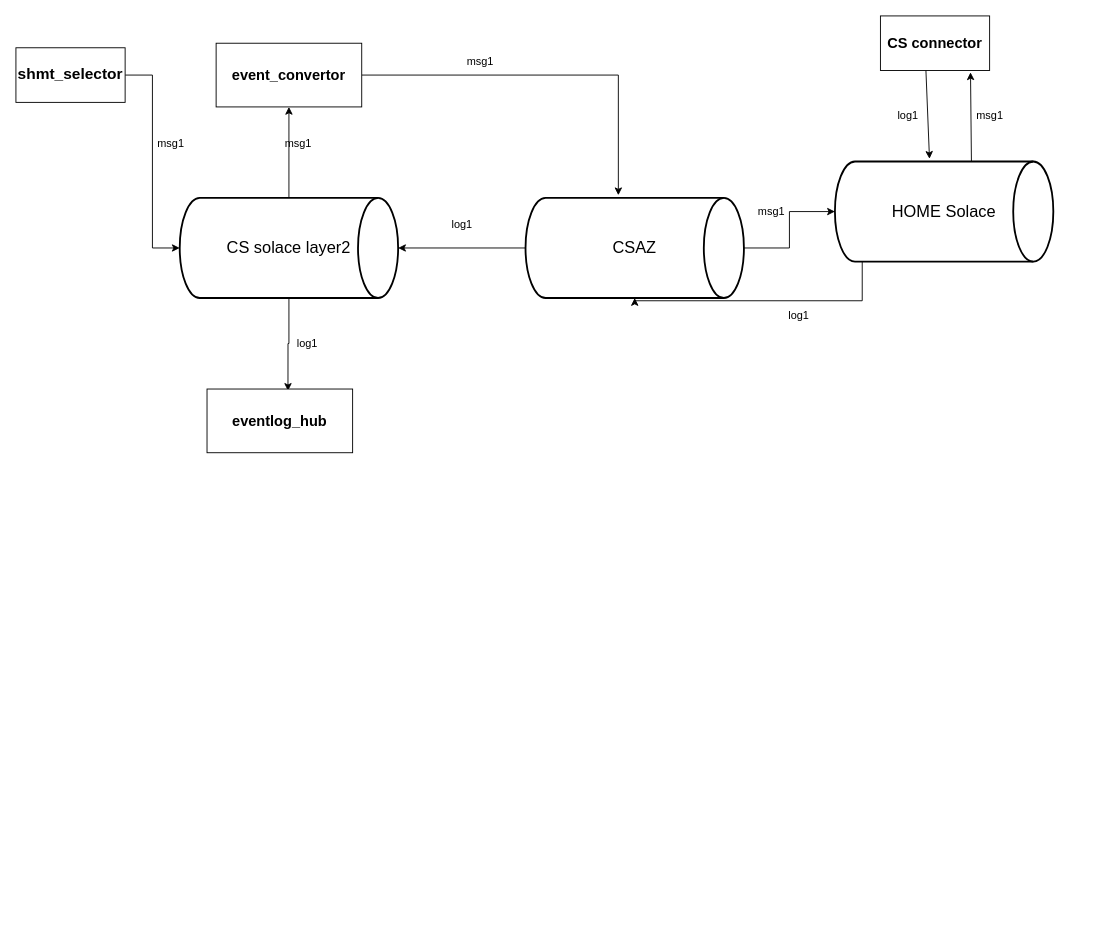
Before: Untitled Diagram.drawio in sdwchuang/AVFoundationDemo, a draw.io diagram. Source tidied: cells renumbered, new cells numbered last; positions are measured from the earlier drawing's top-left corner, leaving out a move shared by most shapes. Both pictures are drawn from the tidied source at 91%, with x=0, y=0 at pixel (15, 15).
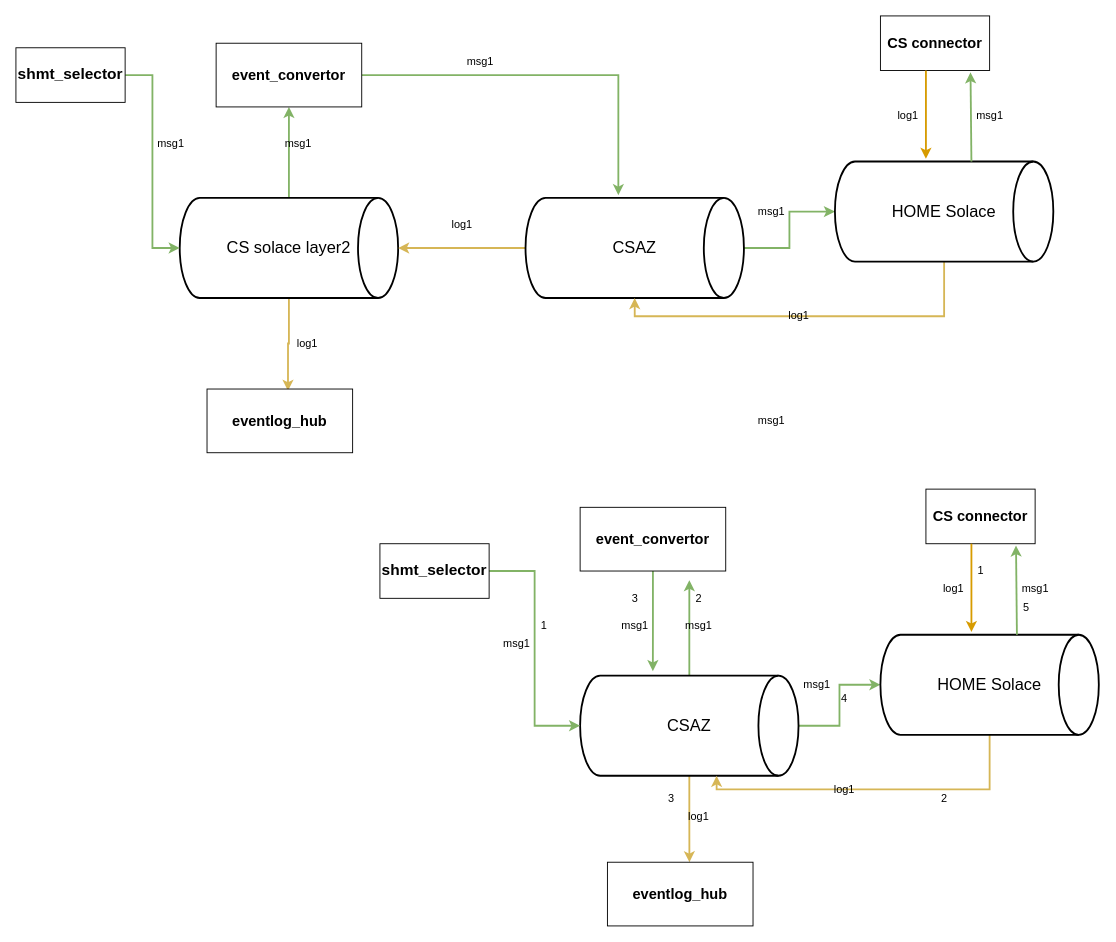
The same diagram, later.

The change refers to these unchanged cells:
```xml
<mxCell id="4" value="&lt;font style=&quot;font-size: 18px&quot;&gt;CS solace layer2&lt;/font&gt;" style="strokeWidth=2;html=1;shape=mxgraph.flowchart.direct_data;whiteSpace=wrap;" parent="1" vertex="1">
  <mxGeometry x="180" y="200" width="240" height="110" as="geometry" />
</mxCell>
<mxCell id="7" value="&lt;font style=&quot;font-size: 18px&quot;&gt;CSAZ&lt;/font&gt;" style="strokeWidth=2;html=1;shape=mxgraph.flowchart.direct_data;whiteSpace=wrap;" parent="1" vertex="1">
  <mxGeometry x="560" y="200" width="240" height="110" as="geometry" />
</mxCell>
<mxCell id="9" value="&lt;font style=&quot;font-size: 18px&quot;&gt;HOME Solace&lt;/font&gt;" style="strokeWidth=2;html=1;shape=mxgraph.flowchart.direct_data;whiteSpace=wrap;" parent="1" vertex="1">
  <mxGeometry x="900" y="160" width="240" height="110" as="geometry" />
</mxCell>
<mxCell id="11" value="&lt;font style=&quot;font-size: 16px&quot;&gt;&lt;b&gt;event_convertor&lt;/b&gt;&lt;/font&gt;" style="rounded=0;whiteSpace=wrap;html=1;" parent="1" vertex="1">
  <mxGeometry x="220" y="30" width="160" height="70" as="geometry" />
</mxCell>
<mxCell id="12" value="&lt;font style=&quot;font-size: 16px&quot;&gt;&lt;b&gt;eventlog_hub&lt;/b&gt;&lt;/font&gt;" style="rounded=0;whiteSpace=wrap;html=1;" parent="1" vertex="1">
  <mxGeometry x="210" y="410" width="160" height="70" as="geometry" />
</mxCell>
<mxCell id="16" value="&lt;font style=&quot;font-size: 16px&quot;&gt;&lt;b&gt;CS connector&lt;/b&gt;&lt;/font&gt;" style="whiteSpace=wrap;html=1;" parent="1" vertex="1">
  <mxGeometry x="950" width="120" height="60" as="geometry" />
</mxCell>
<mxCell id="22" value="&lt;font style=&quot;font-size: 17px&quot;&gt;&lt;b&gt;shmt_selector&lt;/b&gt;&lt;/font&gt;" style="whiteSpace=wrap;html=1;" parent="1" vertex="1">
  <mxGeometry y="35" width="120" height="60" as="geometry" />
</mxCell>
```

Change to the diagram source:
```diff
@@
-    <mxCell id="2" style="edgeStyle=orthogonalEdgeStyle;rounded=0;jettySize=auto;html=1;entryX=0.5;entryY=1;entryDx=0;entryDy=0;" parent="1" edge="1" source="4" target="11">
+    <mxCell id="2" style="edgeStyle=orthogonalEdgeStyle;rounded=0;jettySize=auto;html=1;entryX=0.5;entryY=1;entryDx=0;entryDy=0;fillColor=#d5e8d4;strokeColor=#82b366;strokeWidth=2;" parent="1" edge="1" source="4" target="11">
       <mxGeometry relative="1" as="geometry" />
     </mxCell>
-    <mxCell id="3" style="edgeStyle=orthogonalEdgeStyle;rounded=0;jettySize=auto;html=1;entryX=0.556;entryY=0.029;entryDx=0;entryDy=0;entryPerimeter=0;" parent="1" edge="1" source="4" target="12">
+    <mxCell id="3" style="edgeStyle=orthogonalEdgeStyle;rounded=0;jettySize=auto;html=1;entryX=0.556;entryY=0.029;entryDx=0;entryDy=0;entryPerimeter=0;strokeWidth=2;fillColor=#fff2cc;strokeColor=#d6b656;" parent="1" edge="1" source="4" target="12">
       <mxGeometry relative="1" as="geometry" />
     </mxCell>
@@
-    <mxCell id="5" style="edgeStyle=orthogonalEdgeStyle;rounded=0;jettySize=auto;html=1;entryX=1;entryY=0.5;entryDx=0;entryDy=0;entryPerimeter=0;" parent="1" edge="1" source="7" target="4">
+    <mxCell id="5" style="edgeStyle=orthogonalEdgeStyle;rounded=0;jettySize=auto;html=1;entryX=1;entryY=0.5;entryDx=0;entryDy=0;entryPerimeter=0;fillColor=#fff2cc;strokeColor=#d6b656;strokeWidth=2;" parent="1" edge="1" source="7" target="4">
       <mxGeometry relative="1" as="geometry" />
     </mxCell>
-    <mxCell id="6" style="edgeStyle=orthogonalEdgeStyle;rounded=0;jettySize=auto;html=1;entryX=0;entryY=0.5;entryDx=0;entryDy=0;entryPerimeter=0;" parent="1" edge="1" source="7" target="9">
+    <mxCell id="6" style="edgeStyle=orthogonalEdgeStyle;rounded=0;jettySize=auto;html=1;entryX=0;entryY=0.5;entryDx=0;entryDy=0;entryPerimeter=0;fillColor=#d5e8d4;strokeColor=#82b366;strokeWidth=2;" parent="1" edge="1" source="7" target="9">
       <mxGeometry relative="1" as="geometry" />
     </mxCell>
@@
-    <mxCell id="8" style="edgeStyle=orthogonalEdgeStyle;rounded=0;jettySize=auto;html=1;" parent="1" edge="1" source="9" target="7">
+    <mxCell id="8" style="edgeStyle=orthogonalEdgeStyle;rounded=0;jettySize=auto;html=1;fillColor=#fff2cc;strokeColor=#d6b656;strokeWidth=2;" parent="1" edge="1" source="9" target="7">
       <mxGeometry relative="1" as="geometry">
         <Array as="points">
-          <mxPoint x="930" y="313" />
-          <mxPoint x="680" y="313" />
+          <mxPoint x="1020" y="330" />
+          <mxPoint x="680" y="330" />
         </Array>
       </mxGeometry>
     </mxCell>
@@
-    <mxCell id="10" style="edgeStyle=orthogonalEdgeStyle;rounded=0;jettySize=auto;html=1;entryX=0.425;entryY=-0.027;entryDx=0;entryDy=0;entryPerimeter=0;" parent="1" edge="1" source="11" target="7">
+    <mxCell id="10" style="edgeStyle=orthogonalEdgeStyle;rounded=0;jettySize=auto;html=1;entryX=0.425;entryY=-0.027;entryDx=0;entryDy=0;entryPerimeter=0;fillColor=#d5e8d4;strokeColor=#82b366;strokeWidth=2;" parent="1" edge="1" source="11" target="7">
       <mxGeometry relative="1" as="geometry" />
     </mxCell>
@@
-    <mxCell id="21" style="edgeStyle=orthogonalEdgeStyle;rounded=0;jettySize=auto;html=1;endArrow=classic;endFill=1;entryX=0;entryY=0.5;entryDx=0;entryDy=0;entryPerimeter=0;" parent="1" edge="1" source="22" target="4">
+    <mxCell id="21" style="edgeStyle=orthogonalEdgeStyle;rounded=0;jettySize=auto;html=1;endArrow=classic;endFill=1;entryX=0;entryY=0.5;entryDx=0;entryDy=0;entryPerimeter=0;fillColor=#d5e8d4;strokeColor=#82b366;strokeWidth=2;" parent="1" edge="1" source="22" target="4">
       <mxGeometry relative="1" as="geometry" />
     </mxCell>
@@
-    <mxCell id="24" style="endArrow=classic;html=1;entryX=0.825;entryY=1.033;entryDx=0;entryDy=0;entryPerimeter=0;" parent="1" edge="1" target="16">
+    <mxCell id="24" style="endArrow=classic;html=1;entryX=0.825;entryY=1.033;entryDx=0;entryDy=0;entryPerimeter=0;fillColor=#d5e8d4;strokeColor=#82b366;strokeWidth=2;" parent="1" edge="1" target="16">
       <mxGeometry relative="1" as="geometry">
         <mxPoint x="1050" y="160" as="sourcePoint" />
       </mxGeometry>
     </mxCell>
-    <mxCell id="25" style="endArrow=classic;html=1;endFill=1;entryX=0.433;entryY=-0.027;entryDx=0;entryDy=0;entryPerimeter=0;" parent="1" edge="1" target="9">
+    <mxCell id="25" style="endArrow=classic;html=1;endFill=1;fillColor=#ffe6cc;strokeColor=#d79b00;strokeWidth=2;" parent="1" edge="1">
       <mxGeometry relative="1" as="geometry">
         <mxPoint x="1000" y="60" as="sourcePoint" />
+        <mxPoint x="1000" y="157" as="targetPoint" />
+        <Array as="points">
+          <mxPoint x="1000" y="140" />
+        </Array>
       </mxGeometry>
     </mxCell>
@@
+    <mxCell id="27" style="edgeStyle=orthogonalEdgeStyle;rounded=0;jettySize=auto;html=1;entryX=0;entryY=0.5;entryDx=0;entryDy=0;entryPerimeter=0;fillColor=#d5e8d4;strokeColor=#82b366;strokeWidth=2;" parent="1" edge="1" source="30" target="32">
+      <mxGeometry relative="1" as="geometry" />
+    </mxCell>
+    <mxCell id="28" style="edgeStyle=orthogonalEdgeStyle;rounded=0;jettySize=auto;html=1;endArrow=classic;endFill=1;strokeWidth=2;fillColor=#d5e8d4;strokeColor=#82b366;" parent="1" edge="1" source="30">
+      <mxGeometry relative="1" as="geometry">
+        <mxPoint x="740" y="620" as="targetPoint" />
+      </mxGeometry>
+    </mxCell>
+    <mxCell id="29" style="edgeStyle=orthogonalEdgeStyle;rounded=0;jettySize=auto;html=1;entryX=0.563;entryY=0;entryDx=0;entryDy=0;entryPerimeter=0;endArrow=classic;endFill=1;strokeWidth=2;fillColor=#fff2cc;strokeColor=#d6b656;" parent="1" edge="1" source="30" target="35">
+      <mxGeometry relative="1" as="geometry" />
+    </mxCell>
+    <mxCell id="30" value="&lt;font style=&quot;font-size: 18px&quot;&gt;CSAZ&lt;/font&gt;" style="strokeWidth=2;html=1;shape=mxgraph.flowchart.direct_data;whiteSpace=wrap;" parent="1" vertex="1">
+      <mxGeometry x="620" y="725" width="240" height="110" as="geometry" />
+    </mxCell>
+    <mxCell id="31" style="edgeStyle=orthogonalEdgeStyle;rounded=0;jettySize=auto;html=1;fillColor=#fff2cc;strokeColor=#d6b656;strokeWidth=2;" parent="1" edge="1" source="32" target="30">
+      <mxGeometry relative="1" as="geometry">
+        <Array as="points">
+          <mxPoint x="1070" y="850" />
+          <mxPoint x="770" y="850" />
+        </Array>
+      </mxGeometry>
+    </mxCell>
+    <mxCell id="32" value="&lt;font style=&quot;font-size: 18px&quot;&gt;HOME Solace&lt;/font&gt;" style="strokeWidth=2;html=1;shape=mxgraph.flowchart.direct_data;whiteSpace=wrap;" parent="1" vertex="1">
+      <mxGeometry x="950" y="680" width="240" height="110" as="geometry" />
+    </mxCell>
+    <mxCell id="33" style="edgeStyle=orthogonalEdgeStyle;rounded=0;jettySize=auto;html=1;entryX=0.333;entryY=-0.045;entryDx=0;entryDy=0;entryPerimeter=0;endArrow=classic;endFill=1;strokeWidth=2;fillColor=#d5e8d4;strokeColor=#82b366;" parent="1" edge="1" source="34" target="30">
+      <mxGeometry relative="1" as="geometry" />
+    </mxCell>
+    <mxCell id="34" value="&lt;font style=&quot;font-size: 16px&quot;&gt;&lt;b&gt;event_convertor&lt;/b&gt;&lt;/font&gt;" style="rounded=0;whiteSpace=wrap;html=1;" parent="1" vertex="1">
+      <mxGeometry x="620" y="540" width="160" height="70" as="geometry" />
+    </mxCell>
+    <mxCell id="35" value="&lt;font style=&quot;font-size: 16px&quot;&gt;&lt;b&gt;eventlog_hub&lt;/b&gt;&lt;/font&gt;" style="rounded=0;whiteSpace=wrap;html=1;" parent="1" vertex="1">
+      <mxGeometry x="650" y="930" width="160" height="70" as="geometry" />
+    </mxCell>
+    <mxCell id="36" value="msg1" style="text;html=1;align=center;verticalAlign=middle;" parent="1" vertex="1">
+      <mxGeometry x="810" y="435" width="40" height="20" as="geometry" />
+    </mxCell>
+    <mxCell id="37" value="msg1" style="text;html=1;align=center;verticalAlign=middle;" parent="1" vertex="1">
+      <mxGeometry x="860" y="725" width="40" height="20" as="geometry" />
+    </mxCell>
+    <mxCell id="38" value="&lt;font style=&quot;font-size: 16px&quot;&gt;&lt;b&gt;CS connector&lt;/b&gt;&lt;/font&gt;" style="whiteSpace=wrap;html=1;" parent="1" vertex="1">
+      <mxGeometry x="1000" y="520" width="120" height="60" as="geometry" />
+    </mxCell>
+    <mxCell id="39" value="msg1" style="text;html=1;align=center;verticalAlign=middle;" parent="1" vertex="1">
+      <mxGeometry x="1100" y="620" width="40" height="20" as="geometry" />
+    </mxCell>
+    <mxCell id="40" value="log1" style="text;html=1;align=center;verticalAlign=middle;" parent="1" vertex="1">
+      <mxGeometry x="890" y="840" width="40" height="20" as="geometry" />
+    </mxCell>
+    <mxCell id="41" style="edgeStyle=orthogonalEdgeStyle;rounded=0;jettySize=auto;html=1;endArrow=classic;endFill=1;entryX=0;entryY=0.5;entryDx=0;entryDy=0;entryPerimeter=0;fillColor=#d5e8d4;strokeColor=#82b366;strokeWidth=2;" parent="1" edge="1" source="42" target="30">
+      <mxGeometry relative="1" as="geometry" />
+    </mxCell>
+    <mxCell id="42" value="&lt;font style=&quot;font-size: 17px&quot;&gt;&lt;b&gt;shmt_selector&lt;/b&gt;&lt;/font&gt;" style="whiteSpace=wrap;html=1;" parent="1" vertex="1">
+      <mxGeometry x="400" y="580" width="120" height="60" as="geometry" />
+    </mxCell>
+    <mxCell id="43" value="log1" style="text;html=1;align=center;verticalAlign=middle;" parent="1" vertex="1">
+      <mxGeometry x="1010" y="620" width="40" height="20" as="geometry" />
+    </mxCell>
+    <mxCell id="44" style="endArrow=classic;html=1;entryX=0.825;entryY=1.033;entryDx=0;entryDy=0;entryPerimeter=0;fillColor=#d5e8d4;strokeColor=#82b366;strokeWidth=2;" parent="1" edge="1" target="38">
+      <mxGeometry relative="1" as="geometry">
+        <mxPoint x="1100" y="680" as="sourcePoint" />
+      </mxGeometry>
+    </mxCell>
+    <mxCell id="45" style="endArrow=classic;html=1;endFill=1;fillColor=#ffe6cc;strokeColor=#d79b00;strokeWidth=2;" parent="1" edge="1">
+      <mxGeometry relative="1" as="geometry">
+        <mxPoint x="1050" y="580" as="sourcePoint" />
+        <mxPoint x="1050" y="677" as="targetPoint" />
+        <Array as="points">
+          <mxPoint x="1050" y="660" />
+        </Array>
+      </mxGeometry>
+    </mxCell>
+    <mxCell id="46" value="msg1" style="text;html=1;align=center;verticalAlign=middle;" parent="1" vertex="1">
+      <mxGeometry x="530" y="680" width="40" height="20" as="geometry" />
+    </mxCell>
+    <mxCell id="47" value="msg1" style="text;html=1;align=center;verticalAlign=middle;" parent="1" vertex="1">
+      <mxGeometry x="730" y="660" width="40" height="20" as="geometry" />
+    </mxCell>
+    <mxCell id="48" value="msg1" style="text;html=1;align=center;verticalAlign=middle;" parent="1" vertex="1">
+      <mxGeometry x="660" y="660" width="40" height="20" as="geometry" />
+    </mxCell>
+    <mxCell id="49" value="log1" style="text;html=1;align=center;verticalAlign=middle;" parent="1" vertex="1">
+      <mxGeometry x="730" y="870" width="40" height="20" as="geometry" />
+    </mxCell>
+    <mxCell id="50" value="1" style="text;html=1;align=center;verticalAlign=middle;" parent="1" vertex="1">
+      <mxGeometry x="570" y="660" width="20" height="20" as="geometry" />
+    </mxCell>
+    <mxCell id="51" value="2" style="text;html=1;align=center;verticalAlign=middle;" parent="1" vertex="1">
+      <mxGeometry x="740" y="630" width="20" height="20" as="geometry" />
+    </mxCell>
+    <mxCell id="52" value="3" style="text;html=1;align=center;verticalAlign=middle;" parent="1" vertex="1">
+      <mxGeometry x="670" y="630" width="20" height="20" as="geometry" />
+    </mxCell>
+    <mxCell id="53" value="4" style="text;html=1;align=center;verticalAlign=middle;" parent="1" vertex="1">
+      <mxGeometry x="900" y="740" width="20" height="20" as="geometry" />
+    </mxCell>
+    <mxCell id="54" value="5" style="text;html=1;align=center;verticalAlign=middle;" parent="1" vertex="1">
+      <mxGeometry x="1100" y="640" width="20" height="20" as="geometry" />
+    </mxCell>
+    <mxCell id="55" value="1" style="text;html=1;align=center;verticalAlign=middle;" parent="1" vertex="1">
+      <mxGeometry x="1050" y="600" width="20" height="20" as="geometry" />
+    </mxCell>
+    <mxCell id="56" value="2" style="text;html=1;align=center;verticalAlign=middle;" parent="1" vertex="1">
+      <mxGeometry x="1010" y="850" width="20" height="20" as="geometry" />
+    </mxCell>
+    <mxCell id="57" value="3" style="text;html=1;align=center;verticalAlign=middle;" parent="1" vertex="1">
+      <mxGeometry x="710" y="850" width="20" height="20" as="geometry" />
+    </mxCell>
```
